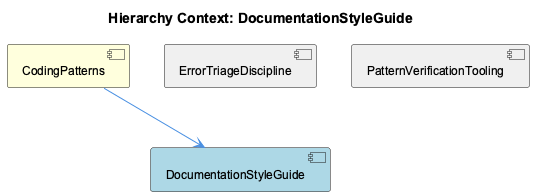
Above: knowledge-management/insights/images/documentation-style-guide-relationship.png in fwornle/coding (PlantUML), before the change.
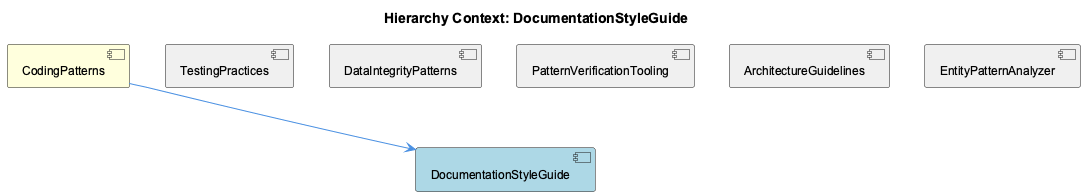
The same diagram one commit later.

The edit, as a diff of the source:
```diff
@@ -5,11 +5,17 @@
 
 [CodingPatterns] as coding_patterns #FFFFDD
 [DocumentationStyleGuide] as documentation_style_guide #LightBlue
-[ErrorTriageDiscipline] as error_triage_discipline #F0F0F0
+[TestingPractices] as testing_practices #F0F0F0
+[DataIntegrityPatterns] as data_integrity_patterns #F0F0F0
 [PatternVerificationTooling] as pattern_verification_tooling #F0F0F0
+[ArchitectureGuidelines] as architecture_guidelines #F0F0F0
+[EntityPatternAnalyzer] as entity_pattern_analyzer #F0F0F0
 
 coding_patterns --> documentation_style_guide
-error_triage_discipline -[hidden]- documentation_style_guide
+testing_practices -[hidden]- documentation_style_guide
+data_integrity_patterns -[hidden]- documentation_style_guide
 pattern_verification_tooling -[hidden]- documentation_style_guide
+architecture_guidelines -[hidden]- documentation_style_guide
+entity_pattern_analyzer -[hidden]- documentation_style_guide
 
 @enduml
```
